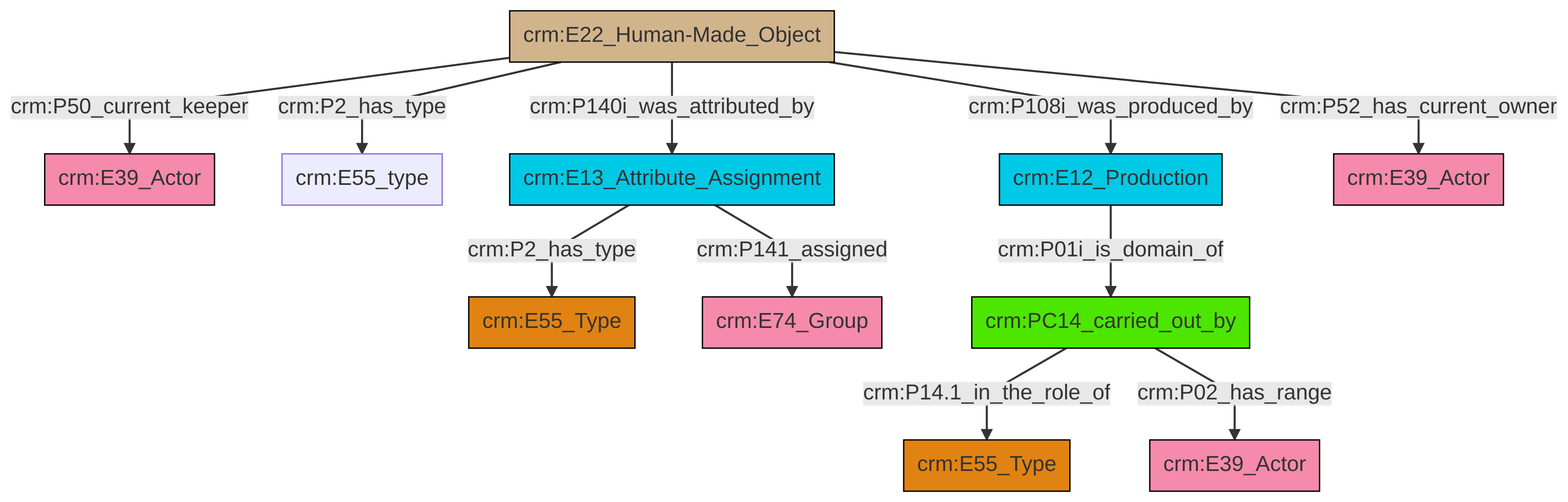
The Mermaid diagram et/artworkCSV/ttl/mmd/png/Artwork_Actor_Relations.png in swiss-art-research-net/reference-data-models, before a commit. Its source is kept beside it as et/artworkCSV/ttl/mmd/Artwork_Actor_Relations.ttl.mmd.
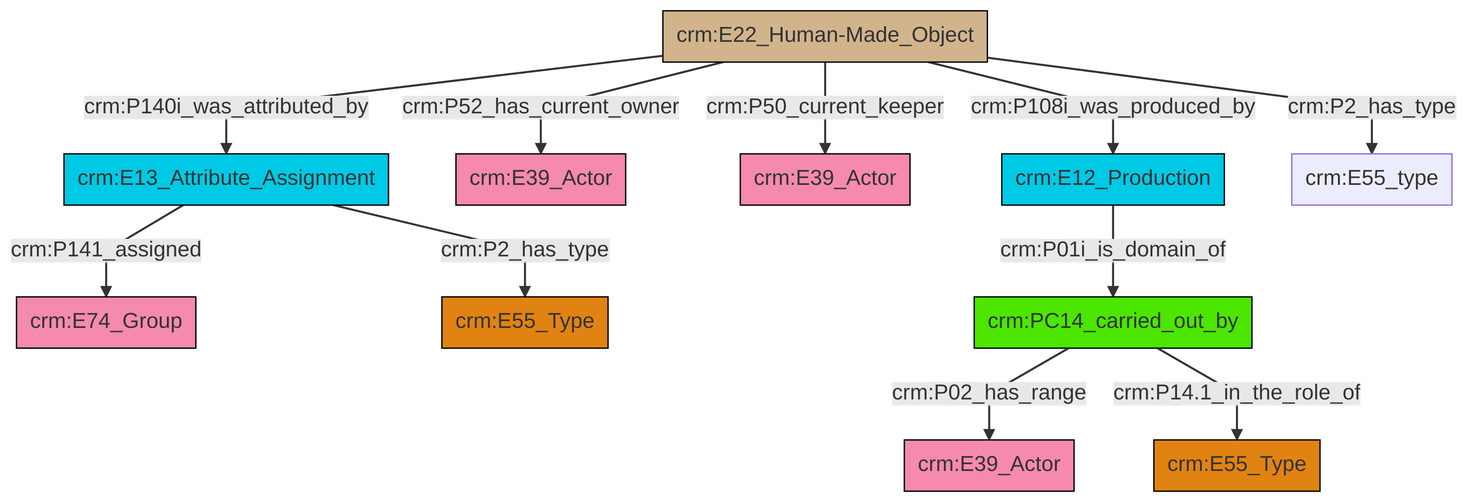
The same file after the commit.

What changed in the source:
```diff
@@ -13,13 +13,13 @@
 classDef PC_Classes fill:#4ce600, stroke:#000000;
 classDef Multi fill:#cccccc,stroke:#000000;
 
-2["crm:E22_Human-Made_Object"]:::Physical_Thing -->|crm:P50_current_keeper| 3["crm:E39_Actor"]:::Actor
-2["crm:E22_Human-Made_Object"]:::Physical_Thing -->|crm:P2_has_type| 7["crm:E55_type"]:::Default
-2["crm:E22_Human-Made_Object"]:::Physical_Thing -->|crm:P108i_was_produced_by| 8["crm:E12_Production"]:::Temporal_Entity
-2["crm:E22_Human-Made_Object"]:::Physical_Thing -->|crm:P140i_was_attributed_by| 12["crm:E13_Attribute_Assignment"]:::Temporal_Entity
-13["crm:PC14_carried_out_by"]:::PC_Classes -->|crm:P14.1_in_the_role_of| 15["crm:E55_Type"]:::Type
-2["crm:E22_Human-Made_Object"]:::Physical_Thing -->|crm:P52_has_current_owner| 19["crm:E39_Actor"]:::Actor
-12["crm:E13_Attribute_Assignment"]:::Temporal_Entity -->|crm:P141_assigned| 9["crm:E74_Group"]:::Actor
-12["crm:E13_Attribute_Assignment"]:::Temporal_Entity -->|crm:P2_has_type| 0["crm:E55_Type"]:::Type
-13["crm:PC14_carried_out_by"]:::PC_Classes -->|crm:P02_has_range| 5["crm:E39_Actor"]:::Actor
-8["crm:E12_Production"]:::Temporal_Entity -->|crm:P01i_is_domain_of| 13["crm:PC14_carried_out_by"]:::PC_Classes
+0["crm:E13_Attribute_Assignment"]:::Temporal_Entity -->|crm:P141_assigned| 1["crm:E74_Group"]:::Actor
+3["crm:E22_Human-Made_Object"]:::Physical_Thing -->|crm:P52_has_current_owner| 4["crm:E39_Actor"]:::Actor
+9["crm:E12_Production"]:::Temporal_Entity -->|crm:P01i_is_domain_of| 10["crm:PC14_carried_out_by"]:::PC_Classes
+3["crm:E22_Human-Made_Object"]:::Physical_Thing -->|crm:P140i_was_attributed_by| 0["crm:E13_Attribute_Assignment"]:::Temporal_Entity
+10["crm:PC14_carried_out_by"]:::PC_Classes -->|crm:P02_has_range| 13["crm:E39_Actor"]:::Actor
+10["crm:PC14_carried_out_by"]:::PC_Classes -->|crm:P14.1_in_the_role_of| 15["crm:E55_Type"]:::Type
+3["crm:E22_Human-Made_Object"]:::Physical_Thing -->|crm:P108i_was_produced_by| 9["crm:E12_Production"]:::Temporal_Entity
+3["crm:E22_Human-Made_Object"]:::Physical_Thing -->|crm:P50_current_keeper| 7["crm:E39_Actor"]:::Actor
+3["crm:E22_Human-Made_Object"]:::Physical_Thing -->|crm:P2_has_type| 18["crm:E55_type"]:::Default
+0["crm:E13_Attribute_Assignment"]:::Temporal_Entity -->|crm:P2_has_type| 5["crm:E55_Type"]:::Type
```
